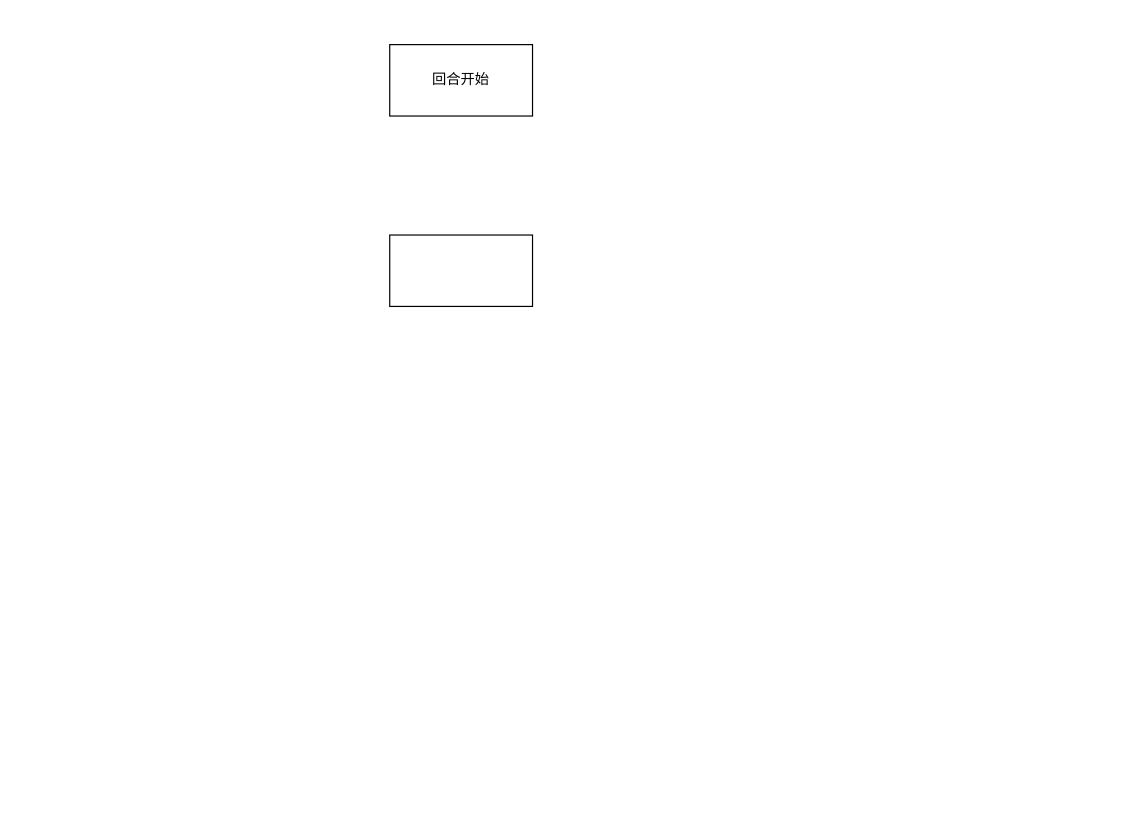
This is page "萨曼莎行为" (4 of 4) of SAI.drawio from neroZWX/-, a draw.io file, before an edit. Source tidied: cells renumbered, new cells numbered last; positions are measured from the earlier drawing's top-left corner, leaving out a move shared by most shapes. Both pictures are drawn from the tidied source at 119%, with x=0, y=0 at pixel (389, 44).
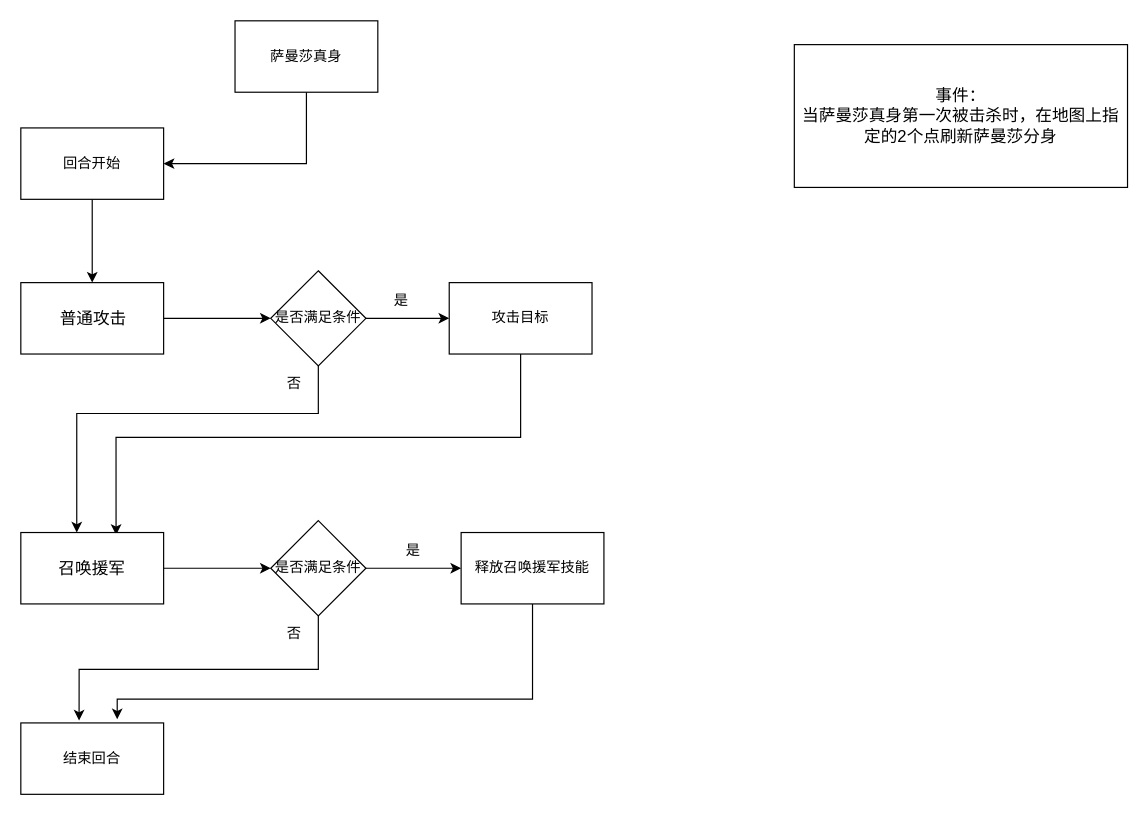
The same page after the edit.

Change to the diagram source:
```diff
@@
+    <mxCell id="4" style="edgeStyle=orthogonalEdgeStyle;rounded=0;jettySize=auto;html=1;exitX=0.5;exitY=1;exitDx=0;exitDy=0;entryX=0.5;entryY=0;entryDx=0;entryDy=0;fontSize=14;" parent="1" edge="1" source="2" target="3">
+      <mxGeometry relative="1" as="geometry" />
+    </mxCell>
     <mxCell id="2" value="回合开始" style="rounded=0;whiteSpace=wrap;html=1;" parent="1" vertex="1">
-      <mxGeometry width="120" height="60" as="geometry" />
+      <mxGeometry x="-310" y="70" width="120" height="60" as="geometry" />
     </mxCell>
+    <mxCell id="5" style="edgeStyle=orthogonalEdgeStyle;rounded=0;jettySize=auto;html=1;exitX=1;exitY=0.5;exitDx=0;exitDy=0;entryX=0;entryY=0.5;entryDx=0;entryDy=0;fontSize=14;" parent="1" edge="1" source="3" target="8">
+      <mxGeometry relative="1" as="geometry" />
+    </mxCell>
-    <mxCell id="3" style="rounded=0;whiteSpace=wrap;html=1;fontSize=14;align=left;" parent="1" vertex="1">
-      <mxGeometry y="160" width="120" height="60" as="geometry" />
+    <mxCell id="3" value="&amp;nbsp; &amp;nbsp; &amp;nbsp; &amp;nbsp; 普通攻击" style="rounded=0;whiteSpace=wrap;html=1;fontSize=14;align=left;" parent="1" vertex="1">
+      <mxGeometry x="-310" y="200" width="120" height="60" as="geometry" />
     </mxCell>
+    <mxCell id="6" style="edgeStyle=orthogonalEdgeStyle;rounded=0;jettySize=auto;html=1;fontSize=14;" parent="1" edge="1" source="8" target="10">
+      <mxGeometry relative="1" as="geometry" />
+    </mxCell>
+    <mxCell id="7" style="edgeStyle=orthogonalEdgeStyle;rounded=0;jettySize=auto;html=1;exitX=0.5;exitY=1;exitDx=0;exitDy=0;fontSize=14;" parent="1" edge="1" source="8" target="13">
+      <mxGeometry relative="1" as="geometry">
+        <Array as="points">
+          <mxPoint x="-60" y="310" />
+          <mxPoint x="-263" y="310" />
+        </Array>
+      </mxGeometry>
+    </mxCell>
+    <mxCell id="8" value="是否满足条件" style="rhombus;whiteSpace=wrap;html=1;" parent="1" vertex="1">
+      <mxGeometry x="-100" y="190" width="80" height="80" as="geometry" />
+    </mxCell>
+    <mxCell id="9" style="edgeStyle=orthogonalEdgeStyle;rounded=0;jettySize=auto;html=1;exitX=0.5;exitY=1;exitDx=0;exitDy=0;entryX=0.667;entryY=0.033;entryDx=0;entryDy=0;entryPerimeter=0;fontSize=14;" parent="1" edge="1" source="10" target="13">
+      <mxGeometry relative="1" as="geometry">
+        <Array as="points">
+          <mxPoint x="110" y="330" />
+          <mxPoint x="-230" y="330" />
+        </Array>
+      </mxGeometry>
+    </mxCell>
+    <mxCell id="10" value="攻击目标" style="whiteSpace=wrap;html=1;" parent="1" vertex="1">
+      <mxGeometry x="50" y="200" width="120" height="60" as="geometry" />
+    </mxCell>
+    <mxCell id="11" value="是" style="text;html=1;strokeColor=none;fillColor=none;align=center;verticalAlign=middle;whiteSpace=wrap;rounded=0;" parent="1" vertex="1">
+      <mxGeometry x="-20" y="200" width="60" height="30" as="geometry" />
+    </mxCell>
+    <mxCell id="12" style="edgeStyle=orthogonalEdgeStyle;rounded=0;jettySize=auto;html=1;exitX=1;exitY=0.5;exitDx=0;exitDy=0;entryX=0;entryY=0.5;entryDx=0;entryDy=0;fontSize=14;" parent="1" edge="1" source="13" target="16">
+      <mxGeometry relative="1" as="geometry" />
+    </mxCell>
+    <mxCell id="13" value="召唤援军" style="rounded=0;whiteSpace=wrap;html=1;fontSize=14;align=center;" parent="1" vertex="1">
+      <mxGeometry x="-310" y="410" width="120" height="60" as="geometry" />
+    </mxCell>
+    <mxCell id="14" style="edgeStyle=orthogonalEdgeStyle;rounded=0;jettySize=auto;html=1;exitX=1;exitY=0.5;exitDx=0;exitDy=0;fontSize=14;entryX=0;entryY=0.5;entryDx=0;entryDy=0;" parent="1" edge="1" source="16" target="18">
+      <mxGeometry relative="1" as="geometry" />
+    </mxCell>
+    <mxCell id="15" style="edgeStyle=orthogonalEdgeStyle;rounded=0;jettySize=auto;html=1;exitX=0.5;exitY=1;exitDx=0;exitDy=0;entryX=0.408;entryY=-0.033;entryDx=0;entryDy=0;entryPerimeter=0;fontSize=14;" parent="1" edge="1" source="16" target="20">
+      <mxGeometry relative="1" as="geometry" />
+    </mxCell>
+    <mxCell id="16" value="是否满足条件" style="rhombus;whiteSpace=wrap;html=1;" parent="1" vertex="1">
+      <mxGeometry x="-100" y="400" width="80" height="80" as="geometry" />
+    </mxCell>
+    <mxCell id="17" style="edgeStyle=orthogonalEdgeStyle;rounded=0;jettySize=auto;html=1;exitX=0.5;exitY=1;exitDx=0;exitDy=0;entryX=0.675;entryY=-0.05;entryDx=0;entryDy=0;entryPerimeter=0;fontSize=14;" parent="1" edge="1" source="18" target="20">
+      <mxGeometry relative="1" as="geometry">
+        <Array as="points">
+          <mxPoint x="120" y="550" />
+          <mxPoint x="-229" y="550" />
+        </Array>
+      </mxGeometry>
+    </mxCell>
+    <mxCell id="18" value="释放召唤援军技能" style="whiteSpace=wrap;html=1;" parent="1" vertex="1">
+      <mxGeometry x="60" y="410" width="120" height="60" as="geometry" />
+    </mxCell>
+    <mxCell id="19" value="是" style="text;html=1;strokeColor=none;fillColor=none;align=center;verticalAlign=middle;whiteSpace=wrap;rounded=0;" parent="1" vertex="1">
+      <mxGeometry x="-10" y="410" width="60" height="30" as="geometry" />
+    </mxCell>
+    <mxCell id="20" value="结束回合" style="rounded=0;whiteSpace=wrap;html=1;" parent="1" vertex="1">
+      <mxGeometry x="-310" y="570" width="120" height="60" as="geometry" />
+    </mxCell>
+    <mxCell id="21" value="否" style="text;html=1;strokeColor=none;fillColor=none;align=center;verticalAlign=middle;whiteSpace=wrap;rounded=0;" parent="1" vertex="1">
+      <mxGeometry x="-110" y="270" width="60" height="30" as="geometry" />
+    </mxCell>
+    <mxCell id="22" value="否" style="text;html=1;strokeColor=none;fillColor=none;align=center;verticalAlign=middle;whiteSpace=wrap;rounded=0;" parent="1" vertex="1">
+      <mxGeometry x="-110" y="480" width="60" height="30" as="geometry" />
+    </mxCell>
+    <mxCell id="23" value="事件：&lt;br&gt;当萨曼莎真身第一次被击杀时，在地图上指定的2个点刷新萨曼莎分身" style="rounded=0;whiteSpace=wrap;html=1;fontSize=14;align=center;" parent="1" vertex="1">
+      <mxGeometry x="340" width="280" height="120" as="geometry" />
+    </mxCell>
+    <mxCell id="24" style="edgeStyle=orthogonalEdgeStyle;rounded=0;jettySize=auto;html=1;exitX=0.5;exitY=1;exitDx=0;exitDy=0;entryX=1;entryY=0.5;entryDx=0;entryDy=0;fontSize=14;" parent="1" edge="1" source="25" target="2">
+      <mxGeometry relative="1" as="geometry" />
+    </mxCell>
+    <mxCell id="25" value="萨曼莎真身" style="rounded=0;whiteSpace=wrap;html=1;" parent="1" vertex="1">
+      <mxGeometry x="-130" y="-20" width="120" height="60" as="geometry" />
+    </mxCell>
```
